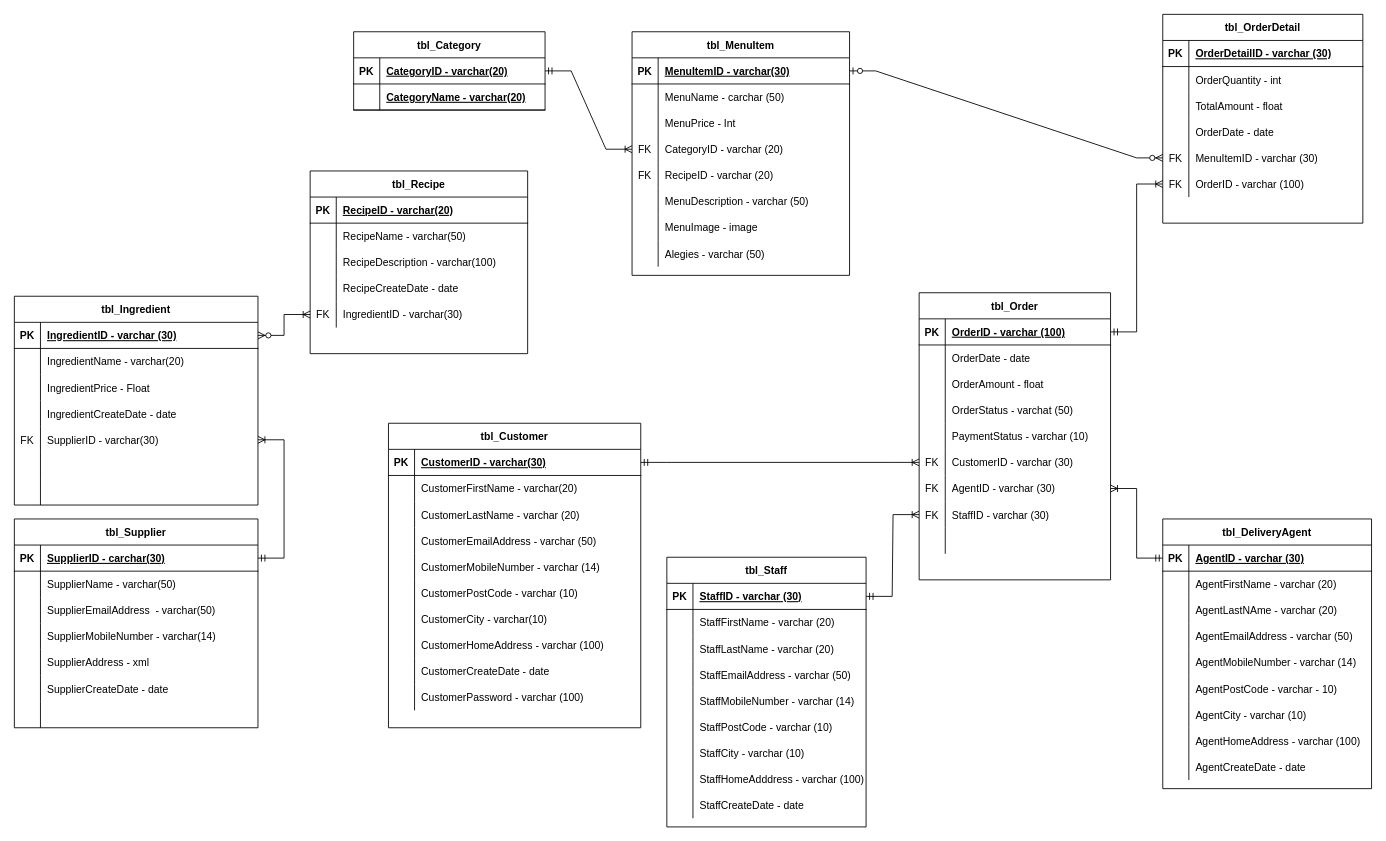
Before: DBS_ADB_CA1.drawio in elivinus/DBS, a draw.io diagram. Source tidied: cells renumbered, new cells numbered last; positions are measured from the earlier drawing's top-left corner, leaving out a move shared by most shapes. Both pictures are drawn from the tidied source at 87%, with x=0, y=0 at pixel (14, 14).
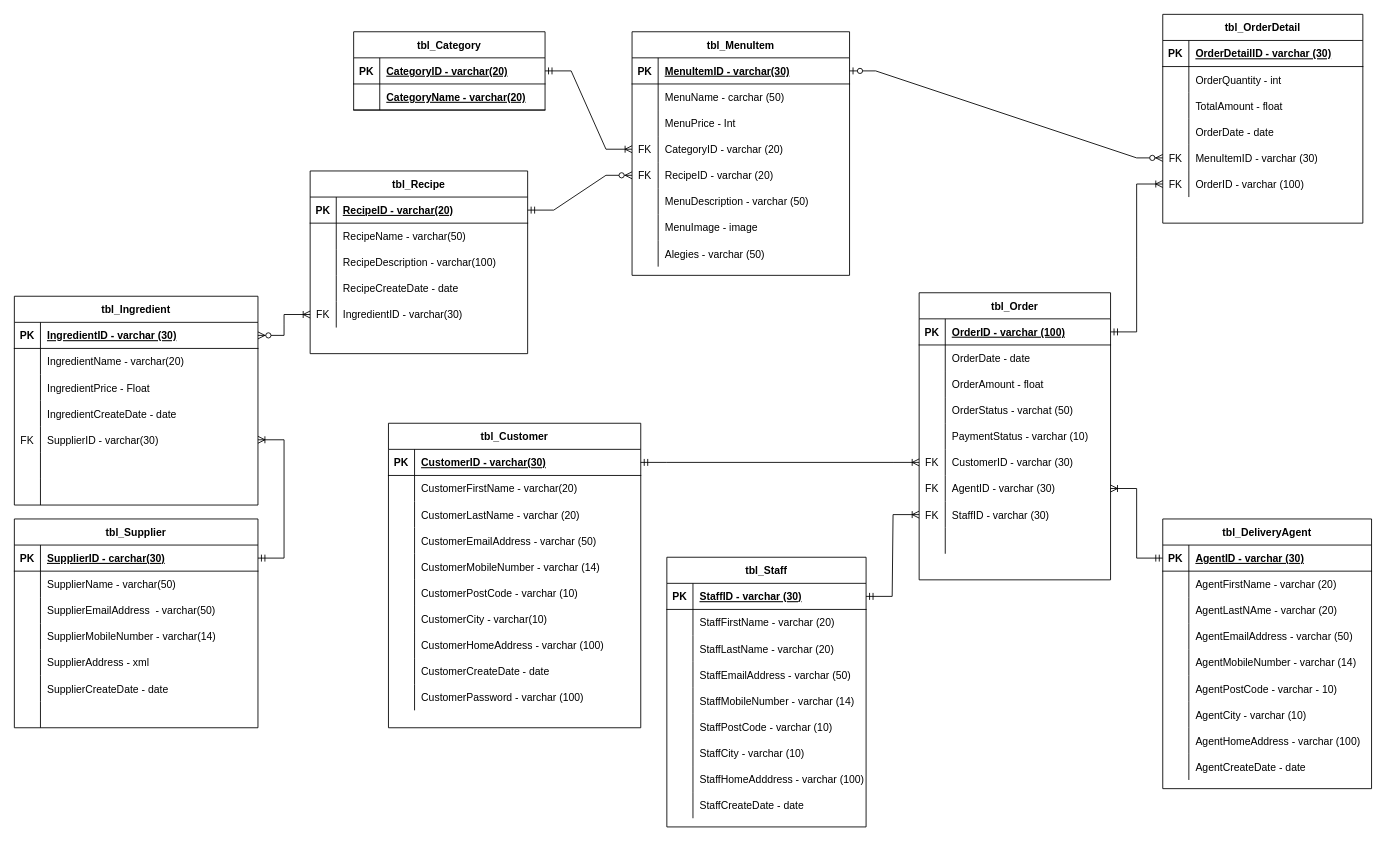
After the change.

The change refers to these unchanged cells:
```xml
<mxCell id="15" style="shape=tableRow;horizontal=0;startSize=0;swimlaneHead=0;swimlaneBody=0;fillColor=none;points=[[0,0.5],[1,0.5]];portConstraint=eastwest;top=0;left=0;right=0;bottom=0;" parent="2" vertex="1">
  <mxGeometry y="150" width="250" height="30" as="geometry" />
</mxCell>
<mxCell id="89" style="shape=tableRow;horizontal=0;startSize=0;swimlaneHead=0;swimlaneBody=0;fillColor=none;points=[[0,0.5],[1,0.5]];portConstraint=eastwest;top=0;left=0;right=0;bottom=1;" parent="88" vertex="1">
  <mxGeometry y="30" width="250" height="30" as="geometry" />
</mxCell>
```

The edit, as a diff of the source:
```diff
@@
+    <mxCell id="236" style="edgeStyle=entityRelationEdgeStyle;fontSize=12;html=1;endArrow=ERzeroToMany;startArrow=ERmandOne;rounded=0;" parent="1" edge="1" source="89" target="15">
+      <mxGeometry x="0.64" y="98" relative="1" as="geometry">
+        <mxPoint x="-90" y="58" as="offset" />
+      </mxGeometry>
+    </mxCell>
```
